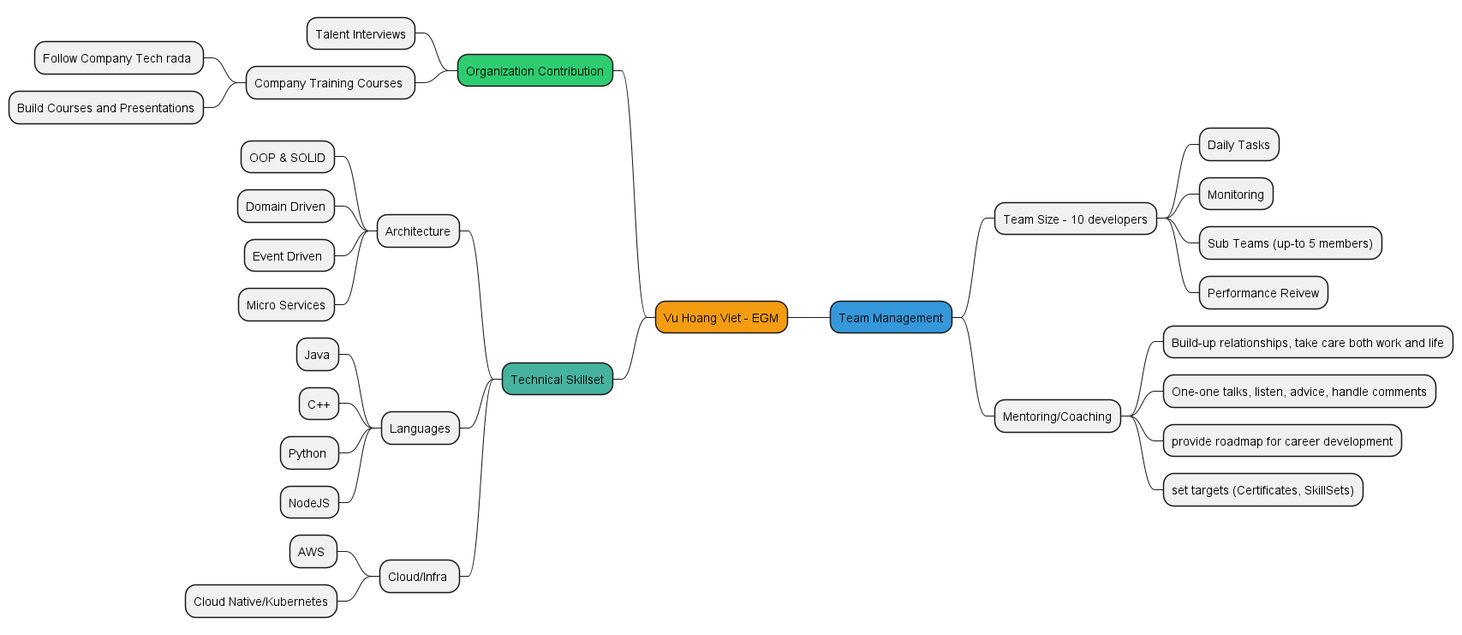
This is profiles/images/egm.mindmap.png from vietvuh/profile, a PlantUML export, as it was before one commit. The source it was exported from:
```plantuml
@startmindmap
+[#f39c12] Vu Hoang Viet - EGM
++[#3498db] Team Management
+++ Team Size - 10 developers
++++ Daily Tasks
++++ Monitoring
++++ Sub Teams (up-to 5 members)
++++ Performance Reivew
+++ Mentoring/Coaching
++++ Build-up relationships, take care both work and life
++++ One-one talks, listen, advice, handle comments
++++ provide roadmap for career development
++++ set targets (Certificates, SkillSets)
--[#2ecc71] Organization Contribution
--- Talent Interviews
--- Company Training Courses
---- Follow Company Tech rada
---- Build Courses and Presentations
--[#45b39d] Technical Skillset
--- Architecture
---- OOP & SOLID
---- Domain Driven
---- Event Driven
---- Micro Services
--- Languages
---- Java
---- C++
---- Python
---- NodeJS
--- Cloud/Infra
---- AWS
---- Cloud Native/Kubernetes

@endmindmap
```
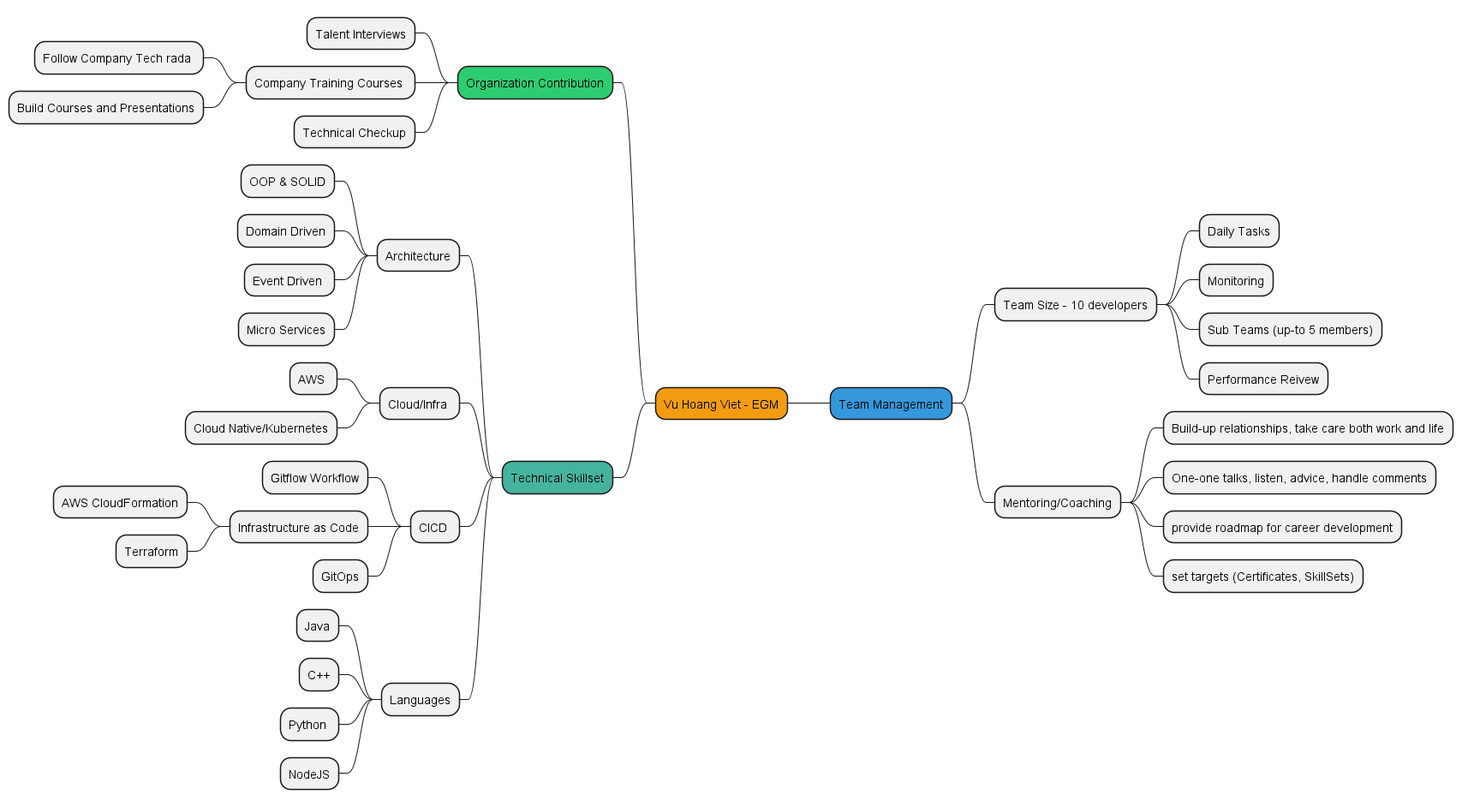
The same file after the commit.

Change to the diagram source:
```diff
@@ -16,19 +16,27 @@
 --- Company Training Courses
 ---- Follow Company Tech rada
 ---- Build Courses and Presentations
+--- Technical Checkup
 --[#45b39d] Technical Skillset
 --- Architecture
 ---- OOP & SOLID
 ---- Domain Driven
 ---- Event Driven
 ---- Micro Services
+--- Cloud/Infra
+---- AWS
+---- Cloud Native/Kubernetes
+--- CICD
+---- Gitflow Workflow
+---- Infrastructure as Code
+----- AWS CloudFormation
+----- Terraform
+---- GitOps
 --- Languages
 ---- Java
 ---- C++
 ---- Python
 ---- NodeJS
---- Cloud/Infra
----- AWS
----- Cloud Native/Kubernetes
+
 
 @endmindmap
```
